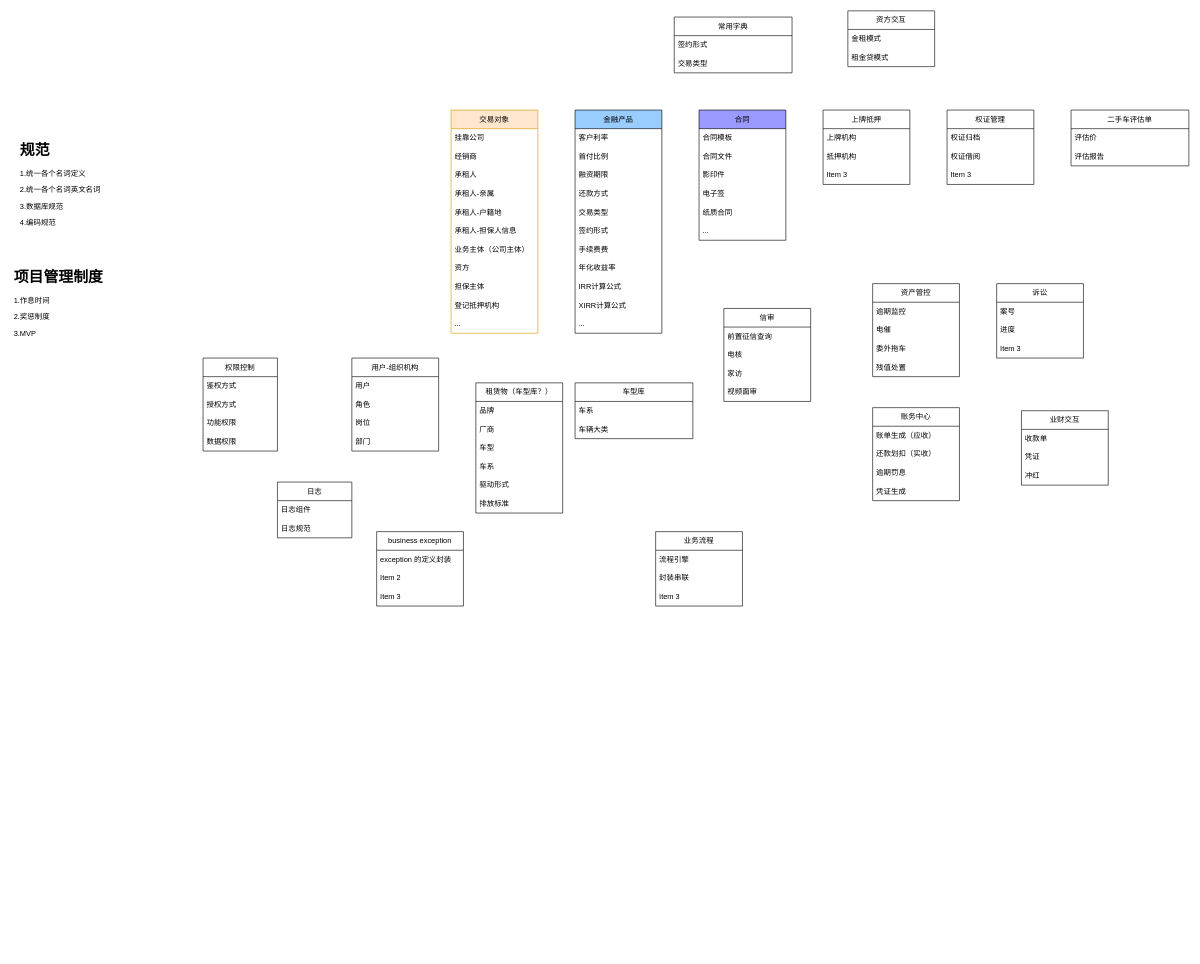
Above: 融资租赁-domain划分.drawio in XiongZen/QJReconstitution (draw.io), before the change. Source tidied: cells renumbered, new cells numbered last; positions are measured from the earlier drawing's top-left corner, leaving out a move shared by most shapes. Both pictures are drawn from the tidied source at 62%, with x=0, y=0 at pixel (11, 11).
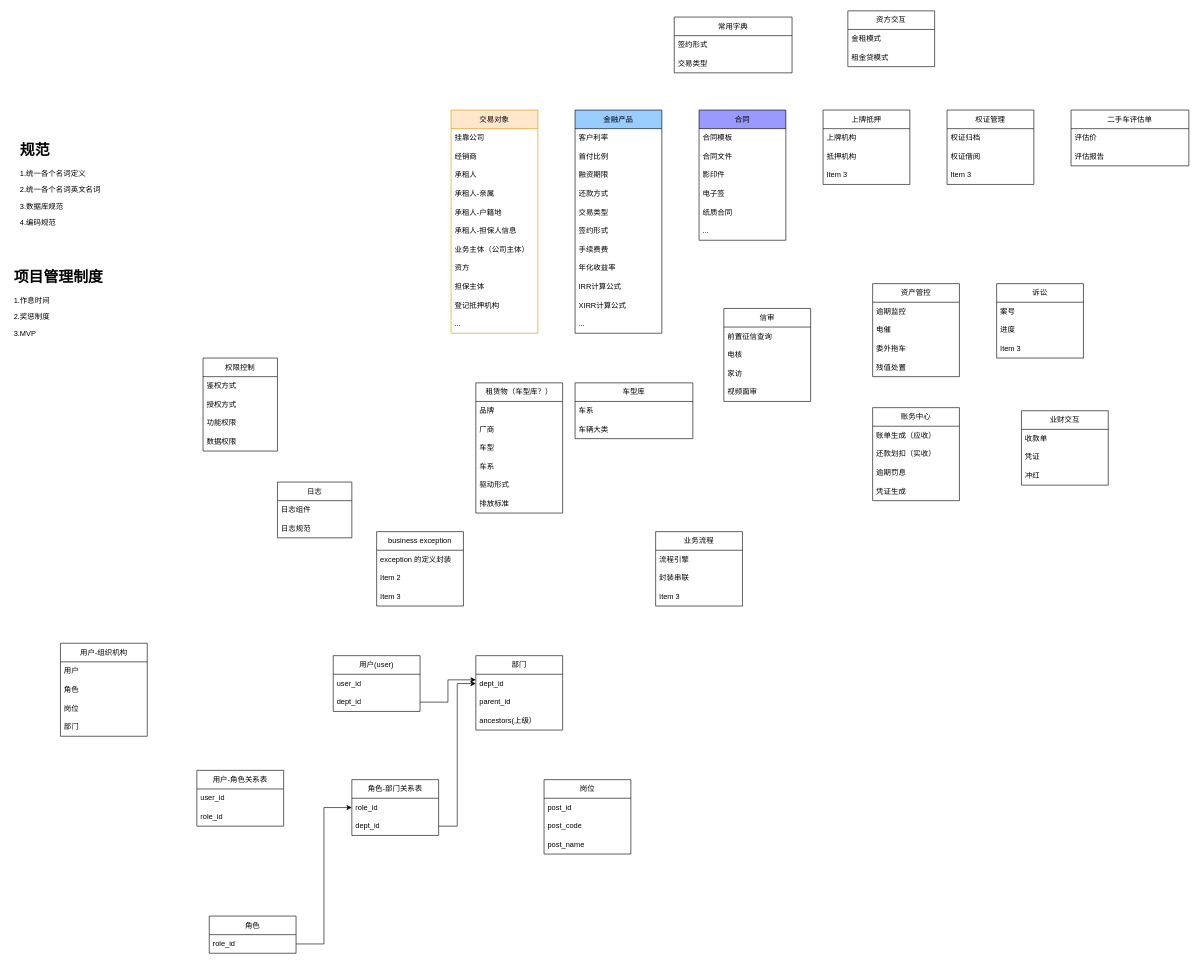
The same diagram, later.

Commit message:
add user,role,dept,post

Diff of the diagram source:
```diff
@@
     <mxCell id="42" value="用户-组织机构" style="swimlane;fontStyle=0;horizontal=1;startSize=30;whiteSpace=wrap;html=1;" parent="1" vertex="1">
-      <mxGeometry x="550" y="560" width="140" height="150" as="geometry" />
+      <mxGeometry x="80" y="1020" width="140" height="150" as="geometry" />
     </mxCell>
@@
+    <mxCell id="106" value="用户(user)" style="swimlane;fontStyle=0;horizontal=1;startSize=30;whiteSpace=wrap;html=1;" parent="1" vertex="1">
+      <mxGeometry x="520" y="1040" width="140" height="90" as="geometry" />
+    </mxCell>
+    <mxCell id="107" value="user_id" style="text;strokeColor=none;fillColor=none;align=left;verticalAlign=middle;spacingLeft=4;spacingRight=4;overflow=hidden;whiteSpace=wrap;html=1;" parent="106" vertex="1">
+      <mxGeometry y="30" width="140" height="30" as="geometry" />
+    </mxCell>
+    <mxCell id="108" value="dept_id" style="text;strokeColor=none;fillColor=none;align=left;verticalAlign=middle;spacingLeft=4;spacingRight=4;overflow=hidden;points=[[0,0.5],[1,0.5]];portConstraint=eastwest;whiteSpace=wrap;html=1;" parent="106" vertex="1">
+      <mxGeometry y="60" width="140" height="30" as="geometry" />
+    </mxCell>
+    <mxCell id="109" value="角色" style="swimlane;fontStyle=0;horizontal=1;startSize=30;whiteSpace=wrap;html=1;" parent="1" vertex="1">
+      <mxGeometry x="320" y="1460" width="140" height="60" as="geometry" />
+    </mxCell>
+    <mxCell id="110" value="role_id" style="text;strokeColor=none;fillColor=none;align=left;verticalAlign=middle;spacingLeft=4;spacingRight=4;overflow=hidden;points=[[0,0.5],[1,0.5]];portConstraint=eastwest;whiteSpace=wrap;html=1;" parent="109" vertex="1">
+      <mxGeometry y="30" width="140" height="30" as="geometry" />
+    </mxCell>
+    <mxCell id="111" value="部门" style="swimlane;fontStyle=0;horizontal=1;startSize=30;whiteSpace=wrap;html=1;" parent="1" vertex="1">
+      <mxGeometry x="750" y="1040" width="140" height="120" as="geometry" />
+    </mxCell>
+    <mxCell id="112" value="dept_id" style="text;strokeColor=none;fillColor=none;align=left;verticalAlign=middle;spacingLeft=4;spacingRight=4;overflow=hidden;points=[[0,0.5],[1,0.5]];portConstraint=eastwest;whiteSpace=wrap;html=1;" parent="111" vertex="1">
+      <mxGeometry y="30" width="140" height="30" as="geometry" />
+    </mxCell>
+    <mxCell id="113" value="parent_id" style="text;strokeColor=none;fillColor=none;align=left;verticalAlign=middle;spacingLeft=4;spacingRight=4;overflow=hidden;whiteSpace=wrap;html=1;" parent="111" vertex="1">
+      <mxGeometry y="60" width="140" height="30" as="geometry" />
+    </mxCell>
+    <mxCell id="114" value="ancestors(上级）" style="text;strokeColor=none;fillColor=none;align=left;verticalAlign=middle;spacingLeft=4;spacingRight=4;overflow=hidden;whiteSpace=wrap;html=1;" parent="111" vertex="1">
+      <mxGeometry y="90" width="140" height="30" as="geometry" />
+    </mxCell>
+    <mxCell id="115" style="edgeStyle=orthogonalEdgeStyle;rounded=0;jettySize=auto;html=1;entryX=0;entryY=0.3;entryDx=0;entryDy=0;entryPerimeter=0;" parent="1" edge="1" source="108" target="112">
+      <mxGeometry relative="1" as="geometry" />
+    </mxCell>
+    <mxCell id="116" value="岗位" style="swimlane;fontStyle=0;horizontal=1;startSize=30;whiteSpace=wrap;html=1;" parent="1" vertex="1">
+      <mxGeometry x="860" y="1240" width="140" height="120" as="geometry" />
+    </mxCell>
+    <mxCell id="117" value="post_id" style="text;strokeColor=none;fillColor=none;align=left;verticalAlign=middle;spacingLeft=4;spacingRight=4;overflow=hidden;whiteSpace=wrap;html=1;" parent="116" vertex="1">
+      <mxGeometry y="30" width="140" height="30" as="geometry" />
+    </mxCell>
+    <mxCell id="118" value="post_code" style="text;strokeColor=none;fillColor=none;align=left;verticalAlign=middle;spacingLeft=4;spacingRight=4;overflow=hidden;whiteSpace=wrap;html=1;" parent="116" vertex="1">
+      <mxGeometry y="60" width="140" height="30" as="geometry" />
+    </mxCell>
+    <mxCell id="119" value="post_name" style="text;strokeColor=none;fillColor=none;align=left;verticalAlign=middle;spacingLeft=4;spacingRight=4;overflow=hidden;whiteSpace=wrap;html=1;" parent="116" vertex="1">
+      <mxGeometry y="90" width="140" height="30" as="geometry" />
+    </mxCell>
+    <mxCell id="120" value="角色-部门关系表" style="swimlane;fontStyle=0;horizontal=1;startSize=30;whiteSpace=wrap;html=1;" parent="1" vertex="1">
+      <mxGeometry x="550" y="1240" width="140" height="90" as="geometry" />
+    </mxCell>
+    <mxCell id="121" value="role_id" style="text;strokeColor=none;fillColor=none;align=left;verticalAlign=middle;spacingLeft=4;spacingRight=4;overflow=hidden;points=[[0,0.5],[1,0.5]];portConstraint=eastwest;whiteSpace=wrap;html=1;" parent="120" vertex="1">
+      <mxGeometry y="30" width="140" height="30" as="geometry" />
+    </mxCell>
+    <mxCell id="122" value="dept_id" style="text;strokeColor=none;fillColor=none;align=left;verticalAlign=middle;spacingLeft=4;spacingRight=4;overflow=hidden;points=[[0,0.5],[1,0.5]];portConstraint=eastwest;whiteSpace=wrap;html=1;" parent="120" vertex="1">
+      <mxGeometry y="60" width="140" height="30" as="geometry" />
+    </mxCell>
+    <mxCell id="123" style="edgeStyle=orthogonalEdgeStyle;rounded=0;jettySize=auto;html=1;entryX=0;entryY=0.5;entryDx=0;entryDy=0;" parent="1" edge="1" source="110" target="121">
+      <mxGeometry relative="1" as="geometry" />
+    </mxCell>
+    <mxCell id="124" style="edgeStyle=orthogonalEdgeStyle;rounded=0;jettySize=auto;html=1;" parent="1" edge="1" source="122" target="112">
+      <mxGeometry relative="1" as="geometry" />
+    </mxCell>
+    <mxCell id="125" value="用户-角色关系表" style="swimlane;fontStyle=0;horizontal=1;startSize=30;whiteSpace=wrap;html=1;" parent="1" vertex="1">
+      <mxGeometry x="300" y="1225" width="140" height="90" as="geometry" />
+    </mxCell>
+    <mxCell id="126" value="user_id" style="text;strokeColor=none;fillColor=none;align=left;verticalAlign=middle;spacingLeft=4;spacingRight=4;overflow=hidden;whiteSpace=wrap;html=1;" parent="125" vertex="1">
+      <mxGeometry y="30" width="140" height="30" as="geometry" />
+    </mxCell>
+    <mxCell id="127" value="role_id" style="text;strokeColor=none;fillColor=none;align=left;verticalAlign=middle;spacingLeft=4;spacingRight=4;overflow=hidden;whiteSpace=wrap;html=1;" parent="125" vertex="1">
+      <mxGeometry y="60" width="140" height="30" as="geometry" />
+    </mxCell>
```
